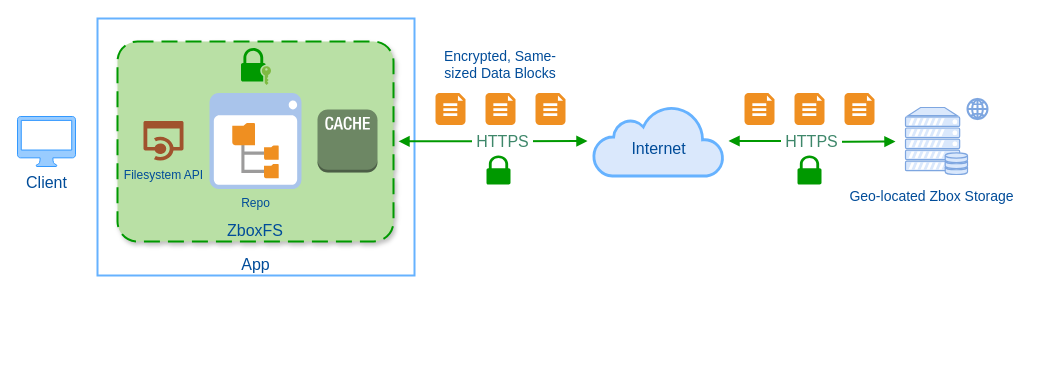
Before: design/overview.drawio in zboxfs/zbox-docs, a draw.io diagram. Source tidied: cells renumbered, new cells numbered last; positions are measured from the earlier drawing's top-left corner, leaving out a move shared by most shapes. Both pictures are drawn from the tidied source at 100%, with x=0, y=0 at pixel (17, 18). Pictures stored in the file or linked from it are replaced by grey dashed boxes.
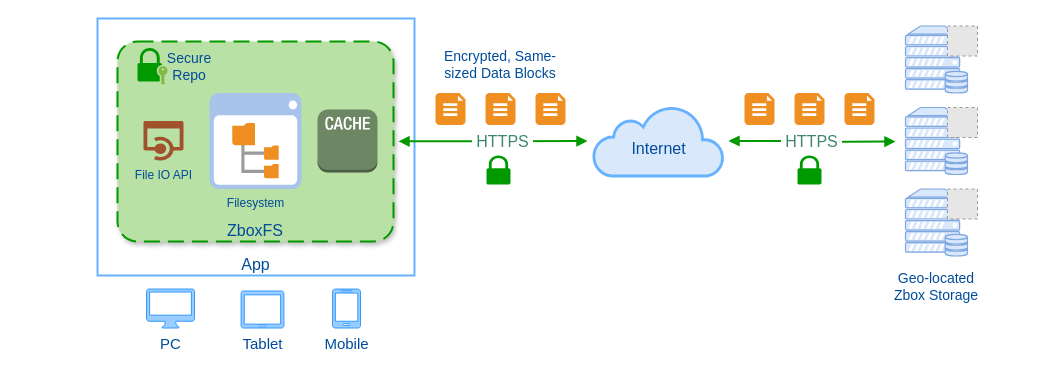
The same page after the edit.

Commit message (it also covers changes not shown here):
modify overview diagram

Change to the diagram source:
```diff
@@
     <mxCell id="6" style="shadow=0;dashed=0;html=1;strokeColor=none;fillColor=#009900;labelPosition=center;verticalLabelPosition=bottom;verticalAlign=top;align=center;shape=mxgraph.office.security.lock_with_key_security_green;fontColor=#ffffff;" parent="1" vertex="1">
-      <mxGeometry x="223.5" y="29.5" width="30" height="37" as="geometry" />
+      <mxGeometry x="120" y="29.5" width="30" height="37" as="geometry" />
     </mxCell>
-    <mxCell id="7" value="Repo" style="shadow=0;dashed=0;html=1;strokeColor=none;fillColor=#A9C4EB;labelPosition=center;verticalLabelPosition=bottom;verticalAlign=top;align=center;shape=mxgraph.veeam.2d.file_system_browser;gradientColor=none;fontColor=#004C99;" parent="1" vertex="1">
+    <mxCell id="7" value="Filesystem" style="shadow=0;dashed=0;html=1;strokeColor=none;fillColor=#A9C4EB;labelPosition=center;verticalLabelPosition=bottom;verticalAlign=top;align=center;shape=mxgraph.veeam.2d.file_system_browser;gradientColor=none;fontColor=#004C99;" parent="1" vertex="1">
       <mxGeometry x="192" y="74.5" width="92" height="96" as="geometry" />
     </mxCell>
@@
-    <mxCell id="10" value="Client" style="shadow=0;dashed=0;html=1;strokeColor=#3399FF;fillColor=#99CCFF;labelPosition=center;verticalLabelPosition=bottom;verticalAlign=top;align=center;shape=mxgraph.office.devices.mac_client;rounded=0;glass=0;comic=0;fontSize=16;fontColor=#004C99;" parent="1" vertex="1">
-      <mxGeometry y="98" width="58" height="50" as="geometry" />
+    <mxCell id="10" value="PC" style="shadow=0;dashed=0;html=1;strokeColor=#3399FF;fillColor=#99CCFF;labelPosition=center;verticalLabelPosition=bottom;verticalAlign=top;align=center;shape=mxgraph.office.devices.mac_client;rounded=0;glass=0;comic=0;fontSize=15;fontColor=#004C99;" parent="1" vertex="1">
+      <mxGeometry x="129" y="270.5" width="48" height="39" as="geometry" />
     </mxCell>
-    <mxCell id="11" style="html=1;verticalLabelPosition=bottom;align=center;labelBackgroundColor=#ffffff;verticalAlign=top;strokeWidth=2;shadow=0;dashed=0;shape=mxgraph.ios7.icons.globe;rounded=0;glass=0;comic=0;fontSize=16;fillColor=none;strokeColor=#7EA6E0;" parent="1" vertex="1">
-      <mxGeometry x="950" y="80.5" width="20" height="20" as="geometry" />
-    </mxCell>
@@
+    <mxCell id="24" value="File IO API" style="shadow=0;dashed=0;html=1;strokeColor=none;labelPosition=center;verticalLabelPosition=bottom;verticalAlign=top;align=center;shape=mxgraph.mscae.cloud.api_app;fillColor=#a0522d;rounded=0;glass=0;comic=0;fontSize=12;fontColor=#004C99;" parent="1" vertex="1">
+      <mxGeometry x="126" y="102.5" width="40" height="40" as="geometry" />
+    </mxCell>
+    <mxCell id="25" value="Tablet" style="verticalLabelPosition=bottom;html=1;verticalAlign=top;align=center;strokeColor=#3399FF;fillColor=#99CCFF;shape=mxgraph.azure.tablet;rounded=0;shadow=0;dashed=0;fontSize=15;fontColor=#004C99;glass=0;" parent="1" vertex="1">
+      <mxGeometry x="223.5" y="272.5" width="43" height="37" as="geometry" />
+    </mxCell>
+    <mxCell id="26" value="Mobile" style="verticalLabelPosition=bottom;html=1;verticalAlign=top;align=center;strokeColor=#3399FF;fillColor=#99CCFF;shape=mxgraph.azure.mobile;rounded=0;shadow=0;dashed=0;fontSize=15;fontColor=#004C99;glass=0;" parent="1" vertex="1">
+      <mxGeometry x="315" y="270.5" width="28" height="39" as="geometry" />
+    </mxCell>
+    <mxCell id="27" value="Secure Repo" style="text;html=1;strokeColor=none;fillColor=none;align=center;verticalAlign=middle;whiteSpace=wrap;rounded=0;fontColor=#004C99;fontSize=14;" parent="1" vertex="1">
+      <mxGeometry x="152" y="38" width="40" height="20" as="geometry" />
+    </mxCell>
+    <mxCell id="28" style="verticalAlign=top;verticalLabelPosition=bottom;labelPosition=center;align=center;html=1;fillColor=#dae8fc;strokeColor=#7EA6E0;gradientDirection=north;strokeWidth=2;shape=mxgraph.networks.server_storage;rounded=0;shadow=0;glass=0;comic=0;fontColor=#004C99;" parent="1" vertex="1">
+      <mxGeometry x="888" y="7.5" width="62" height="67" as="geometry" />
+    </mxCell>
+    <mxCell id="29" style="verticalAlign=top;verticalLabelPosition=bottom;labelPosition=center;align=center;html=1;fillColor=#dae8fc;strokeColor=#7EA6E0;gradientDirection=north;strokeWidth=2;shape=mxgraph.networks.server_storage;rounded=0;shadow=0;glass=0;comic=0;fontColor=#004C99;" parent="1" vertex="1">
+      <mxGeometry x="888" y="170.5" width="62" height="67" as="geometry" />
+    </mxCell>
-    <mxCell id="23" value="&lt;div align=&quot;center&quot;&gt;Geo-located Zbox Storage&lt;br&gt;&lt;/div&gt;" style="text;html=1;align=center;verticalAlign=top;spacingTop=-4;fontSize=14;fontColor=#004C99;" parent="1" vertex="1">
-      <mxGeometry x="824" y="167" width="180" height="20" as="geometry" />
+    <mxCell id="23" value="&lt;div align=&quot;center&quot;&gt;Geo-located Zbox Storage&lt;br&gt;&lt;/div&gt;" style="text;html=1;strokeColor=none;fillColor=none;align=center;verticalAlign=middle;whiteSpace=wrap;rounded=0;fontSize=14;fontColor=#004C99;" parent="1" vertex="1">
+      <mxGeometry x="867" y="258" width="104" height="20" as="geometry" />
     </mxCell>
-    <mxCell id="24" value="Filesystem API" style="shadow=0;dashed=0;html=1;strokeColor=none;labelPosition=center;verticalLabelPosition=bottom;verticalAlign=top;align=center;shape=mxgraph.mscae.cloud.api_app;fillColor=#a0522d;rounded=0;glass=0;comic=0;fontSize=12;fontColor=#004C99;" parent="1" vertex="1">
-      <mxGeometry x="126" y="102.5" width="40" height="40" as="geometry" />
-    </mxCell>
+    <mxCell id="30" style="fillColor=#E6E6E6;strokeColor=#999999;dashed=1;html=1;verticalAlign=top;verticalLabelPosition=bottom;labelBackgroundColor=#ffffff;" parent="1" vertex="1">
+      <mxGeometry x="930" y="7.5" width="30" height="30" as="geometry" />
+    </mxCell>
+    <mxCell id="31" style="fillColor=#E6E6E6;strokeColor=#999999;dashed=1;html=1;verticalAlign=top;verticalLabelPosition=bottom;labelBackgroundColor=#ffffff;" parent="1" vertex="1">
+      <mxGeometry x="930" y="89" width="30" height="30" as="geometry" />
+    </mxCell>
+    <mxCell id="32" style="fillColor=#E6E6E6;strokeColor=#999999;dashed=1;html=1;verticalAlign=top;verticalLabelPosition=bottom;labelBackgroundColor=#ffffff;" parent="1" vertex="1">
+      <mxGeometry x="930" y="170.5" width="30" height="30" as="geometry" />
+    </mxCell>
```
